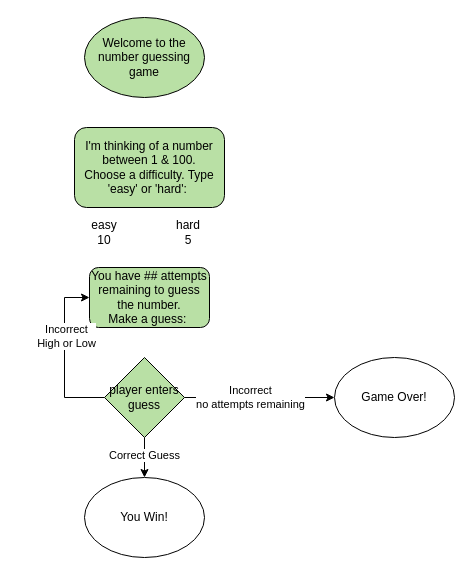
Before: High - Low Game Diagram.drawio in taryee8/hello-world, a draw.io diagram. Source tidied: cells renumbered, new cells numbered last; positions are measured from the earlier drawing's top-left corner, leaving out a move shared by most shapes. Both pictures are drawn from the tidied source at 100%, with x=0, y=0 at pixel (24, 17).
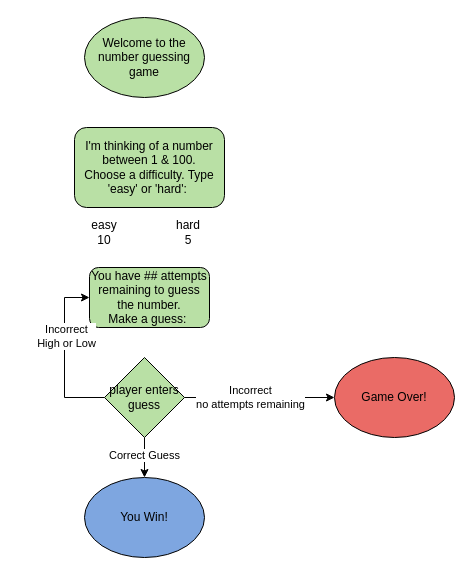
Above is the later version.

Change to the diagram source:
```diff
@@
-    <mxCell id="10" value="Game Over!" style="ellipse;whiteSpace=wrap;html=1;" parent="1" vertex="1">
+    <mxCell id="10" value="Game Over!" style="ellipse;whiteSpace=wrap;html=1;fillColor=#EA6B66;" parent="1" vertex="1">
       <mxGeometry x="310" y="340" width="120" height="80" as="geometry" />
     </mxCell>
-    <mxCell id="11" value="You Win!" style="ellipse;whiteSpace=wrap;html=1;strokeColor=#000000;" parent="1" vertex="1">
+    <mxCell id="11" value="You Win!" style="ellipse;whiteSpace=wrap;html=1;strokeColor=#000000;fillColor=#7EA6E0;" parent="1" vertex="1">
       <mxGeometry x="60" y="460" width="120" height="80" as="geometry" />
     </mxCell>
```
